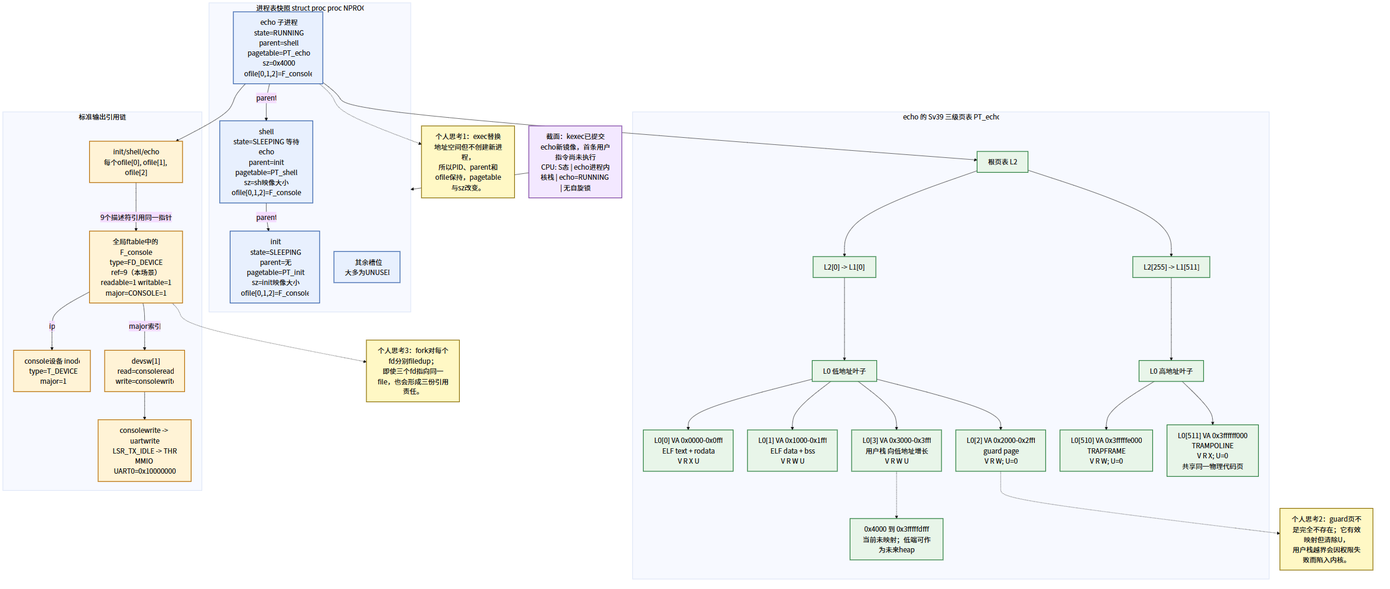
This is figures/02-exec-state-snapshot.png from hoyuand/2024302111427, a Mermaid export, as it was before one commit. Its source is kept beside it as figures/02-exec-state-snapshot.mmd. Source of this version:
```mermaid
%%{init: {"theme":"base","themeVariables":{"fontSize":"19px","fontFamily":"Microsoft YaHei, Arial, sans-serif"},"flowchart":{"nodeSpacing":40,"rankSpacing":50}}}%%
flowchart TB
  classDef proc fill:#e8f0fe,stroke:#2f5da8,color:#111,stroke-width:2px
  classDef page fill:#e8f5e9,stroke:#287d3c,color:#111,stroke-width:2px
  classDef file fill:#fff3d6,stroke:#b56b00,color:#111,stroke-width:2px
  classDef note fill:#fff8c5,stroke:#8a6d00,color:#111,stroke-width:2px
  classDef root fill:#f3e8ff,stroke:#7b3fa1,color:#111,stroke-width:2px

  moment["截面：kexec已提交echo新镜像，首条用户指令尚未执行<br/>CPU: S态 | echo进程内核栈 | echo=RUNNING | 无自旋锁"]:::root

  subgraph PROCS[进程表快照 struct proc proc NPROC]
    direction LR
    init["init<br/>state=SLEEPING<br/>parent=无<br/>pagetable=PT_init<br/>sz=init映像大小<br/>ofile[0,1,2]=F_console"]:::proc
    shell["shell<br/>state=SLEEPING 等待echo<br/>parent=init<br/>pagetable=PT_shell<br/>sz=sh映像大小<br/>ofile[0,1,2]=F_console"]:::proc
    echo["echo 子进程<br/>state=RUNNING<br/>parent=shell<br/>pagetable=PT_echo<br/>sz=0x4000<br/>ofile[0,1,2]=F_console"]:::proc
    unused["其余槽位<br/>大多为UNUSED"]:::proc
    echo -->|"parent"| shell -->|"parent"| init
  end

  subgraph SV39[echo 的 Sv39 三级页表 PT_echo]
    direction TB
    rootpt["根页表 L2"]:::page
    lowl1["L2[0] -> L1[0]"]:::page
    lowl0["L0 低地址叶子"]:::page
    text["L0[0] VA 0x0000-0x0fff<br/>ELF text + rodata<br/>V R X U"]:::page
    data["L0[1] VA 0x1000-0x1fff<br/>ELF data + bss<br/>V R W U"]:::page
    guard["L0[2] VA 0x2000-0x2fff<br/>guard page<br/>V R W; U=0"]:::page
    stack["L0[3] VA 0x3000-0x3fff<br/>用户栈 向低地址增长<br/>V R W U"]:::page
    gap["0x4000 到 0x3fffffdfff<br/>当前未映射；低端可作为未来heap"]:::page
    highl1["L2[255] -> L1[511]"]:::page
    highl0["L0 高地址叶子"]:::page
    trapframe["L0[510] VA 0x3fffffe000<br/>TRAPFRAME<br/>V R W; U=0"]:::page
    trampoline["L0[511] VA 0x3ffffff000<br/>TRAMPOLINE<br/>V R X; U=0<br/>共享同一物理代码页"]:::page
    rootpt --> lowl1 --> lowl0
    lowl0 --> text
    lowl0 --> data
    lowl0 --> guard
    lowl0 --> stack
    stack -.-> gap
    rootpt --> highl1 --> highl0
    highl0 --> trapframe
    highl0 --> trampoline
  end

  subgraph FILES[标准输出引用链]
    direction LR
    ofiles["init/shell/echo<br/>每个ofile[0], ofile[1], ofile[2]"]:::file
    fconsole["全局ftable中的 F_console<br/>type=FD_DEVICE<br/>ref=9（本场景）<br/>readable=1 writable=1<br/>major=CONSOLE=1"]:::file
    inode["console设备 inode<br/>type=T_DEVICE<br/>major=1"]:::file
    devsw["devsw[1]<br/>read=consoleread<br/>write=consolewrite"]:::file
    uart["consolewrite -> uartwrite<br/>LSR_TX_IDLE -> THR<br/>MMIO UART0=0x10000000"]:::file
    ofiles -->|"9个描述符引用同一指针"| fconsole -->|"ip"| inode
    fconsole -->|"major索引"| devsw --> uart
  end

  moment --> PROCS
  echo --> rootpt
  echo --> ofiles

  thought1["个人思考1：exec替换地址空间但不创建新进程，<br/>所以PID、parent和ofile保持，pagetable与sz改变。"]:::note
  thought2["个人思考2：guard页不是完全不存在；它有效映射但清除U，<br/>用户栈越界会因权限失败而陷入内核。"]:::note
  thought3["个人思考3：fork对每个fd分别filedup；<br/>即使三个fd指向同一file，也会形成三份引用责任。"]:::note
  echo -.-> thought1
  guard -.-> thought2
  fconsole -.-> thought3
```
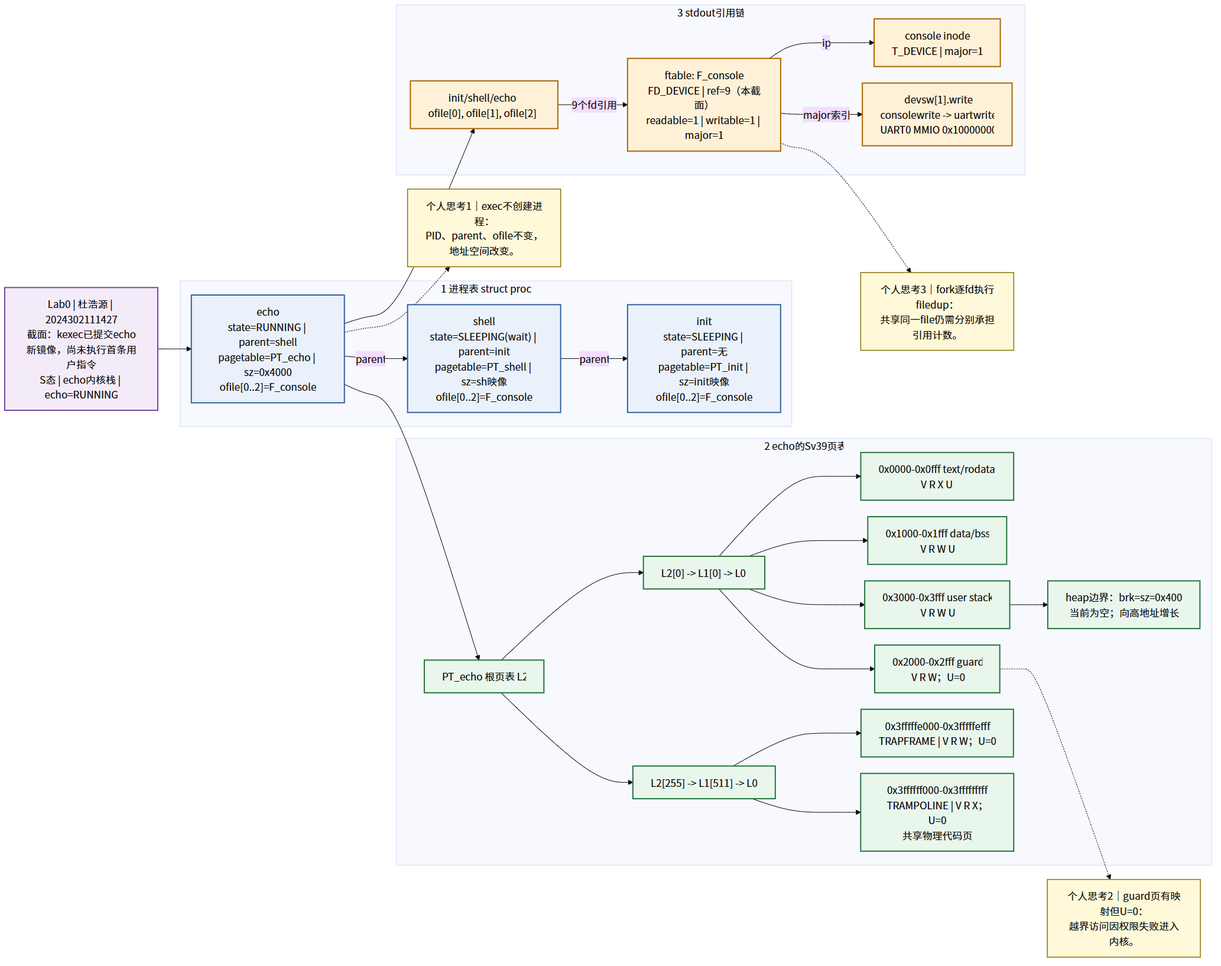
After the commit.

Change to the diagram source:
```diff
@@ -1,65 +1,61 @@
-%%{init: {"theme":"base","themeVariables":{"fontSize":"19px","fontFamily":"Microsoft YaHei, Arial, sans-serif"},"flowchart":{"nodeSpacing":40,"rankSpacing":50}}}%%
-flowchart TB
-  classDef proc fill:#e8f0fe,stroke:#2f5da8,color:#111,stroke-width:2px
-  classDef page fill:#e8f5e9,stroke:#287d3c,color:#111,stroke-width:2px
-  classDef file fill:#fff3d6,stroke:#b56b00,color:#111,stroke-width:2px
-  classDef note fill:#fff8c5,stroke:#8a6d00,color:#111,stroke-width:2px
-  classDef root fill:#f3e8ff,stroke:#7b3fa1,color:#111,stroke-width:2px
+%%{init: {"theme":"base","themeVariables":{"fontSize":"17px","fontFamily":"Microsoft YaHei, Arial, sans-serif"},"flowchart":{"nodeSpacing":28,"rankSpacing":38,"curve":"basis"}}}%%
+flowchart LR
+  classDef proc fill:#eaf1fb,stroke:#315f9f,color:#111,stroke-width:2px
+  classDef page fill:#e9f6ec,stroke:#24733a,color:#111,stroke-width:2px
+  classDef file fill:#fff1d7,stroke:#aa6500,color:#111,stroke-width:2px
+  classDef note fill:#fff9d9,stroke:#8a7000,color:#111,stroke-width:1.5px
+  classDef root fill:#f3ecf8,stroke:#77459a,color:#111,stroke-width:2px
 
-  moment["截面：kexec已提交echo新镜像，首条用户指令尚未执行<br/>CPU: S态 | echo进程内核栈 | echo=RUNNING | 无自旋锁"]:::root
+  moment["Lab0 | 杜浩源 | 2024302111427<br/>截面：kexec已提交echo新镜像，尚未执行首条用户指令<br/>S态 | echo内核栈 | echo=RUNNING"]:::root
 
-  subgraph PROCS[进程表快照 struct proc proc NPROC]
-    direction LR
-    init["init<br/>state=SLEEPING<br/>parent=无<br/>pagetable=PT_init<br/>sz=init映像大小<br/>ofile[0,1,2]=F_console"]:::proc
-    shell["shell<br/>state=SLEEPING 等待echo<br/>parent=init<br/>pagetable=PT_shell<br/>sz=sh映像大小<br/>ofile[0,1,2]=F_console"]:::proc
-    echo["echo 子进程<br/>state=RUNNING<br/>parent=shell<br/>pagetable=PT_echo<br/>sz=0x4000<br/>ofile[0,1,2]=F_console"]:::proc
-    unused["其余槽位<br/>大多为UNUSED"]:::proc
-    echo -->|"parent"| shell -->|"parent"| init
+  subgraph PROCS[1 进程表 struct proc]
+    direction TB
+    init["init<br/>state=SLEEPING | parent=无<br/>pagetable=PT_init | sz=init映像<br/>ofile[0..2]=F_console"]:::proc
+    shell["shell<br/>state=SLEEPING(wait) | parent=init<br/>pagetable=PT_shell | sz=sh映像<br/>ofile[0..2]=F_console"]:::proc
+    echo["echo<br/>state=RUNNING | parent=shell<br/>pagetable=PT_echo | sz=0x4000<br/>ofile[0..2]=F_console"]:::proc
+    echo -->|parent| shell -->|parent| init
   end
 
-  subgraph SV39[echo 的 Sv39 三级页表 PT_echo]
+  subgraph SV39[2 echo的Sv39页表]
     direction TB
-    rootpt["根页表 L2"]:::page
-    lowl1["L2[0] -> L1[0]"]:::page
-    lowl0["L0 低地址叶子"]:::page
-    text["L0[0] VA 0x0000-0x0fff<br/>ELF text + rodata<br/>V R X U"]:::page
-    data["L0[1] VA 0x1000-0x1fff<br/>ELF data + bss<br/>V R W U"]:::page
-    guard["L0[2] VA 0x2000-0x2fff<br/>guard page<br/>V R W; U=0"]:::page
-    stack["L0[3] VA 0x3000-0x3fff<br/>用户栈 向低地址增长<br/>V R W U"]:::page
-    gap["0x4000 到 0x3fffffdfff<br/>当前未映射；低端可作为未来heap"]:::page
-    highl1["L2[255] -> L1[511]"]:::page
-    highl0["L0 高地址叶子"]:::page
-    trapframe["L0[510] VA 0x3fffffe000<br/>TRAPFRAME<br/>V R W; U=0"]:::page
-    trampoline["L0[511] VA 0x3ffffff000<br/>TRAMPOLINE<br/>V R X; U=0<br/>共享同一物理代码页"]:::page
-    rootpt --> lowl1 --> lowl0
-    lowl0 --> text
-    lowl0 --> data
-    lowl0 --> guard
-    lowl0 --> stack
-    stack -.-> gap
-    rootpt --> highl1 --> highl0
-    highl0 --> trapframe
-    highl0 --> trampoline
+    pt["PT_echo 根页表 L2"]:::page
+    low["L2[0] -> L1[0] -> L0"]:::page
+    p0["0x0000-0x0fff text/rodata<br/>V R X U"]:::page
+    p1["0x1000-0x1fff data/bss<br/>V R W U"]:::page
+    p2["0x2000-0x2fff guard<br/>V R W；U=0"]:::page
+    p3["0x3000-0x3fff user stack<br/>V R W U"]:::page
+    heap["heap边界：brk=sz=0x4000<br/>当前为空；向高地址增长"]:::page
+    high["L2[255] -> L1[511] -> L0"]:::page
+    tf["0x3fffffe000-0x3fffffefff<br/>TRAPFRAME | V R W；U=0"]:::page
+    tr["0x3ffffff000-0x3fffffffff<br/>TRAMPOLINE | V R X；U=0<br/>共享物理代码页"]:::page
+
+    pt --> low
+    low --> p0
+    low --> p1
+    low --> p2
+    low --> p3 --> heap
+    pt --> high
+    high --> tf
+    high --> tr
   end
 
-  subgraph FILES[标准输出引用链]
-    direction LR
-    ofiles["init/shell/echo<br/>每个ofile[0], ofile[1], ofile[2]"]:::file
-    fconsole["全局ftable中的 F_console<br/>type=FD_DEVICE<br/>ref=9（本场景）<br/>readable=1 writable=1<br/>major=CONSOLE=1"]:::file
-    inode["console设备 inode<br/>type=T_DEVICE<br/>major=1"]:::file
-    devsw["devsw[1]<br/>read=consoleread<br/>write=consolewrite"]:::file
-    uart["consolewrite -> uartwrite<br/>LSR_TX_IDLE -> THR<br/>MMIO UART0=0x10000000"]:::file
-    ofiles -->|"9个描述符引用同一指针"| fconsole -->|"ip"| inode
-    fconsole -->|"major索引"| devsw --> uart
+  subgraph FILES[3 stdout引用链]
+    direction TB
+    ofs["init/shell/echo<br/>ofile[0], ofile[1], ofile[2]"]:::file
+    fc["ftable: F_console<br/>FD_DEVICE | ref=9（本截面）<br/>readable=1 | writable=1 | major=1"]:::file
+    ino["console inode<br/>T_DEVICE | major=1"]:::file
+    dev["devsw[1].write<br/>consolewrite -> uartwrite<br/>UART0 MMIO 0x10000000"]:::file
+    ofs -->|9个fd引用| fc -->|ip| ino
+    fc -->|major索引| dev
   end
 
-  moment --> PROCS
-  echo --> rootpt
-  echo --> ofiles
+  moment --> echo
+  echo --> pt
+  echo --> ofs
 
-  thought1["个人思考1：exec替换地址空间但不创建新进程，<br/>所以PID、parent和ofile保持，pagetable与sz改变。"]:::note
-  thought2["个人思考2：guard页不是完全不存在；它有效映射但清除U，<br/>用户栈越界会因权限失败而陷入内核。"]:::note
-  thought3["个人思考3：fork对每个fd分别filedup；<br/>即使三个fd指向同一file，也会形成三份引用责任。"]:::note
-  echo -.-> thought1
-  guard -.-> thought2
-  fconsole -.-> thought3
+  n1["个人思考1｜exec不创建进程：<br/>PID、parent、ofile不变，地址空间改变。"]:::note
+  n2["个人思考2｜guard页有映射但U=0：<br/>越界访问因权限失败进入内核。"]:::note
+  n3["个人思考3｜fork逐fd执行filedup：<br/>共享同一file仍需分别承担引用计数。"]:::note
+  echo -.-> n1
+  p2 -.-> n2
+  fc -.-> n3
```
